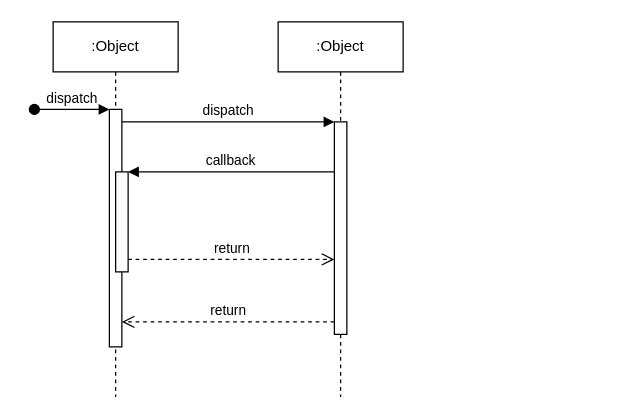
Earlier version of the draw.io diagram Diagramme sans nom.drawio (LATIF-SB/moocsi). Source tidied: cells renumbered, new cells numbered last; positions are measured from the earlier drawing's top-left corner, leaving out a move shared by most shapes. Both pictures are drawn from the tidied source at 125%, with x=0, y=0 at pixel (34, 21).
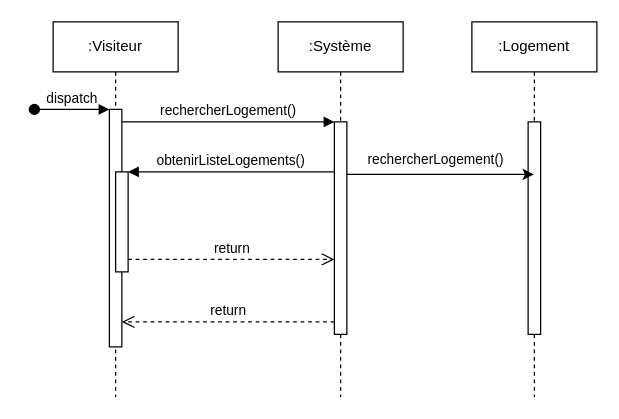
The same page after the edit.

Commit message:
Mettre à jour Diagramme scenario 1

Unchanged cells that the change refers to:
```xml
<mxCell id="3" style="html=1;points=[];perimeter=orthogonalPerimeter;outlineConnect=0;targetShapes=umlLifeline;portConstraint=eastwest;newEdgeStyle={&quot;edgeStyle&quot;:&quot;elbowEdgeStyle&quot;,&quot;elbow&quot;:&quot;vertical&quot;,&quot;curved&quot;:0,&quot;rounded&quot;:0};" parent="2" vertex="1">
  <mxGeometry x="45" y="70" width="10" height="190" as="geometry" />
</mxCell>
<mxCell id="5" style="html=1;points=[];perimeter=orthogonalPerimeter;outlineConnect=0;targetShapes=umlLifeline;portConstraint=eastwest;newEdgeStyle={&quot;edgeStyle&quot;:&quot;elbowEdgeStyle&quot;,&quot;elbow&quot;:&quot;vertical&quot;,&quot;curved&quot;:0,&quot;rounded&quot;:0};" parent="2" vertex="1">
  <mxGeometry x="50" y="120" width="10" height="80" as="geometry" />
</mxCell>
<mxCell id="7" style="html=1;points=[];perimeter=orthogonalPerimeter;outlineConnect=0;targetShapes=umlLifeline;portConstraint=eastwest;newEdgeStyle={&quot;edgeStyle&quot;:&quot;elbowEdgeStyle&quot;,&quot;elbow&quot;:&quot;vertical&quot;,&quot;curved&quot;:0,&quot;rounded&quot;:0};" parent="6" vertex="1">
  <mxGeometry x="45" y="80" width="10" height="170" as="geometry" />
</mxCell>
```

What changed in the source:
```diff
@@
-    <mxCell id="2" value=":Object" style="shape=umlLifeline;perimeter=lifelinePerimeter;whiteSpace=wrap;html=1;newEdgeStyle={&quot;edgeStyle&quot;:&quot;elbowEdgeStyle&quot;,&quot;elbow&quot;:&quot;vertical&quot;,&quot;curved&quot;:0,&quot;rounded&quot;:0};" parent="1" vertex="1">
+    <mxCell id="2" value=":Visiteur" style="shape=umlLifeline;perimeter=lifelinePerimeter;whiteSpace=wrap;html=1;newEdgeStyle={&quot;edgeStyle&quot;:&quot;elbowEdgeStyle&quot;,&quot;elbow&quot;:&quot;vertical&quot;,&quot;curved&quot;:0,&quot;rounded&quot;:0};" parent="1" vertex="1">
       <mxGeometry x="15" width="100" height="300" as="geometry" />
     </mxCell>
@@
-    <mxCell id="6" value=":Object" style="shape=umlLifeline;perimeter=lifelinePerimeter;whiteSpace=wrap;html=1;newEdgeStyle={&quot;edgeStyle&quot;:&quot;elbowEdgeStyle&quot;,&quot;elbow&quot;:&quot;vertical&quot;,&quot;curved&quot;:0,&quot;rounded&quot;:0};" parent="1" vertex="1">
+    <mxCell id="6" value=":Système" style="shape=umlLifeline;perimeter=lifelinePerimeter;whiteSpace=wrap;html=1;newEdgeStyle={&quot;edgeStyle&quot;:&quot;elbowEdgeStyle&quot;,&quot;elbow&quot;:&quot;vertical&quot;,&quot;curved&quot;:0,&quot;rounded&quot;:0};" parent="1" vertex="1">
       <mxGeometry x="195" width="100" height="300" as="geometry" />
     </mxCell>
@@
-    <mxCell id="8" value="dispatch" style="html=1;verticalAlign=bottom;endArrow=block;edgeStyle=elbowEdgeStyle;elbow=vertical;curved=0;rounded=0;" parent="1" edge="1" source="3" target="7">
+    <mxCell id="8" value="rechercherLogement()" style="html=1;verticalAlign=bottom;endArrow=block;edgeStyle=elbowEdgeStyle;elbow=vertical;curved=0;rounded=0;" parent="1" edge="1" source="3" target="7">
       <mxGeometry relative="1" as="geometry">
         <Array as="points">
           <mxPoint x="155" y="80" />
         </Array>
       </mxGeometry>
     </mxCell>
@@
-    <mxCell id="10" value="callback" style="html=1;verticalAlign=bottom;endArrow=block;edgeStyle=elbowEdgeStyle;elbow=vertical;curved=0;rounded=0;" parent="1" edge="1" source="7" target="5">
-      <mxGeometry relative="1" as="geometry">
+    <mxCell id="10" value="obtenirListeLogements()" style="html=1;verticalAlign=bottom;endArrow=block;edgeStyle=elbowEdgeStyle;elbow=vertical;curved=0;rounded=0;" parent="1" edge="1" source="7" target="5">
+      <mxGeometry x="0.01" relative="1" as="geometry">
         <Array as="points">
           <mxPoint x="165" y="120" />
         </Array>
       </mxGeometry>
     </mxCell>
@@
+    <mxCell id="12" value=":Logement" style="shape=umlLifeline;perimeter=lifelinePerimeter;whiteSpace=wrap;html=1;newEdgeStyle={&quot;edgeStyle&quot;:&quot;elbowEdgeStyle&quot;,&quot;elbow&quot;:&quot;vertical&quot;,&quot;curved&quot;:0,&quot;rounded&quot;:0};" parent="1" vertex="1">
+      <mxGeometry x="350" width="100" height="300" as="geometry" />
+    </mxCell>
+    <mxCell id="13" style="html=1;perimeter=orthogonalPerimeter;targetShapes=umlLifeline;newEdgeStyle={&quot;edgeStyle&quot;:&quot;elbowEdgeStyle&quot;,&quot;elbow&quot;:&quot;vertical&quot;,&quot;curved&quot;:0,&quot;rounded&quot;:0};" parent="12" vertex="1">
+      <mxGeometry x="45" y="80" width="10" height="170" as="geometry" />
+    </mxCell>
+    <mxCell id="14" style="edgeStyle=elbowEdgeStyle;rounded=0;orthogonalLoop=1;jettySize=auto;html=1;elbow=vertical;curved=0;" parent="1" edge="1">
+      <mxGeometry relative="1" as="geometry">
+        <mxPoint x="250" y="122" as="sourcePoint" />
+        <mxPoint x="399.5" y="122" as="targetPoint" />
+      </mxGeometry>
+    </mxCell>
+    <mxCell id="15" value="&lt;span style=&quot;color: rgb(0, 0, 0); font-family: Helvetica; font-size: 11px; font-style: normal; font-variant-ligatures: normal; font-variant-caps: normal; font-weight: 400; letter-spacing: normal; orphans: 2; text-align: center; text-indent: 0px; text-transform: none; widows: 2; word-spacing: 0px; -webkit-text-stroke-width: 0px; white-space: nowrap; background-color: rgb(255, 255, 255); text-decoration-thickness: initial; text-decoration-style: initial; text-decoration-color: initial; display: inline !important; float: none;&quot;&gt;rechercherLogement()&lt;/span&gt;" style="text;whiteSpace=wrap;html=1;" parent="1" vertex="1">
+      <mxGeometry x="265" y="96" width="140" height="40" as="geometry" />
+    </mxCell>
```
